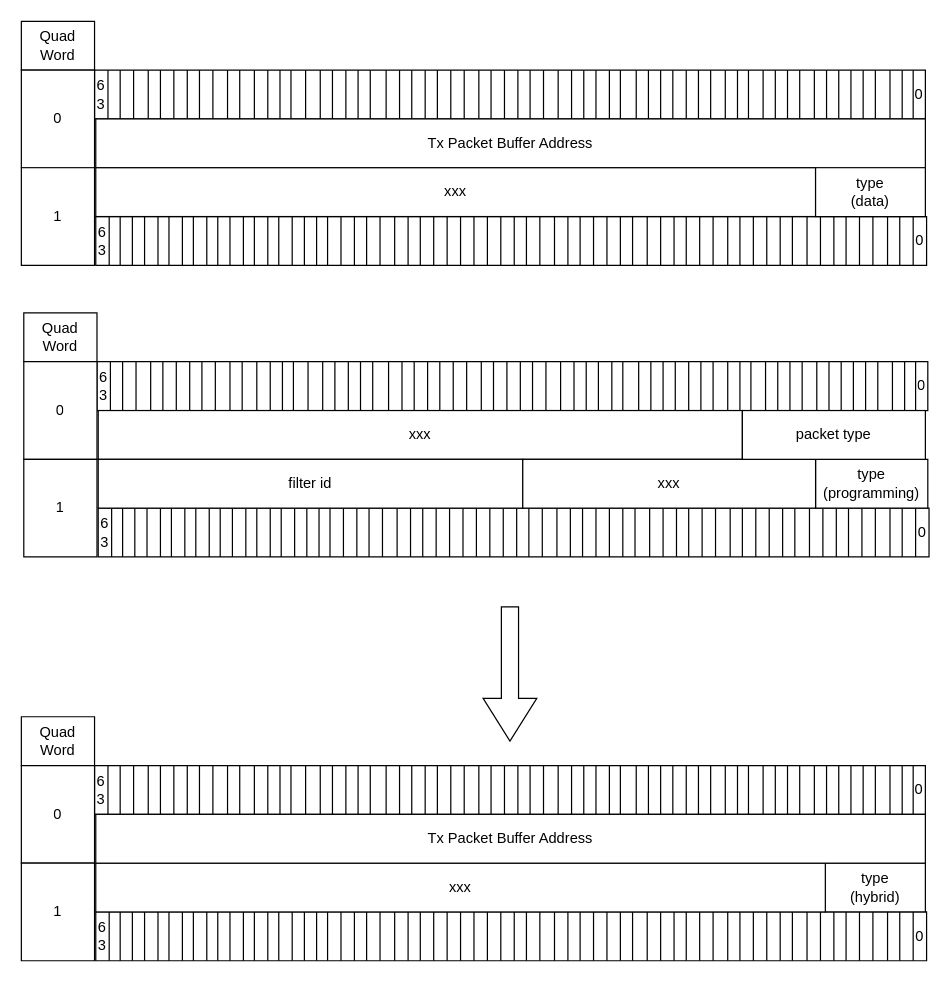
LuyaoZhong/Figures keeps this draw.io diagram as nic_descriptor.drawio. Above is the earlier version. Source tidied: cells renumbered, new cells numbered last; positions are measured from the earlier drawing's top-left corner, leaving out a move shared by most shapes. Both pictures are drawn from the tidied source at 122%, with x=0, y=0 at pixel (21, 21).
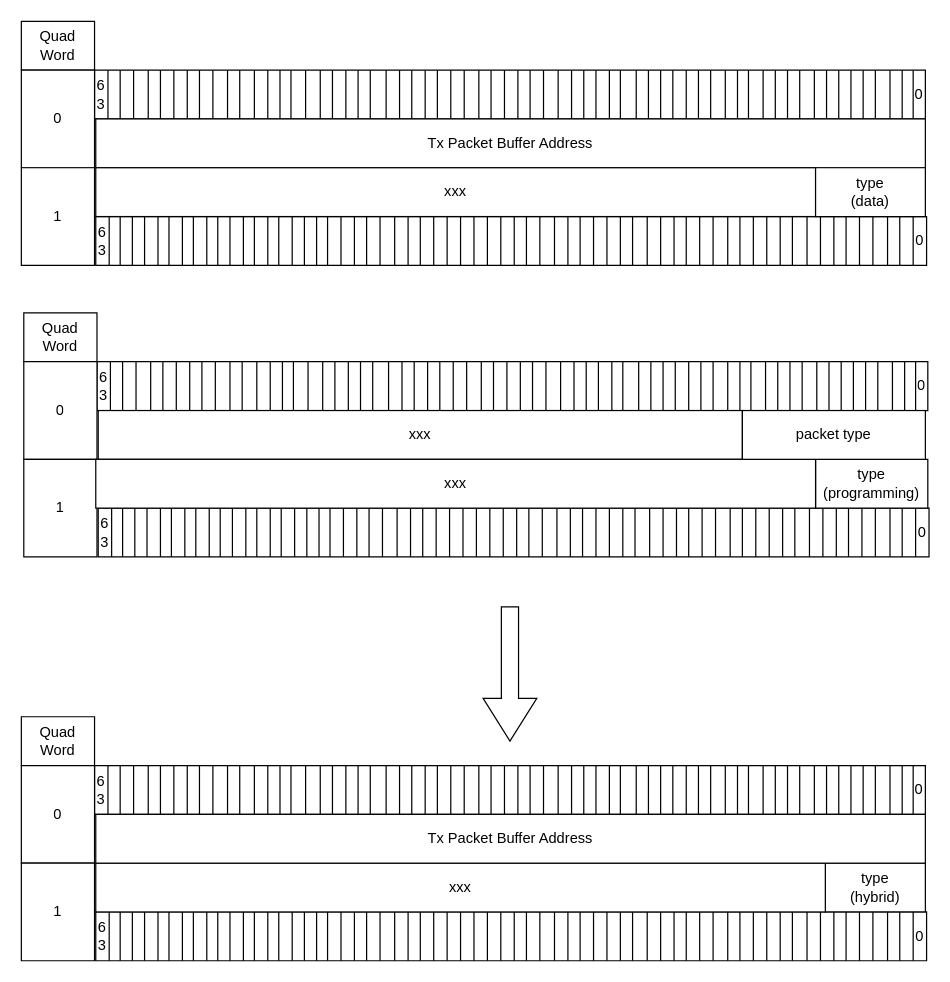
The same page after the edit.

Change to the diagram source:
```diff
@@
-    <mxCell id="284" value="filter id" style="rounded=0;whiteSpace=wrap;html=1;" parent="1" vertex="1">
-      <mxGeometry x="63" y="359" width="348" height="40" as="geometry" />
-    </mxCell>
@@
     <mxCell id="295" value="xxx" style="rounded=0;whiteSpace=wrap;html=1;" parent="1" vertex="1">
-      <mxGeometry x="411" y="359" width="240" height="40" as="geometry" />
+      <mxGeometry x="61" y="359" width="590" height="40" as="geometry" />
     </mxCell>
```
